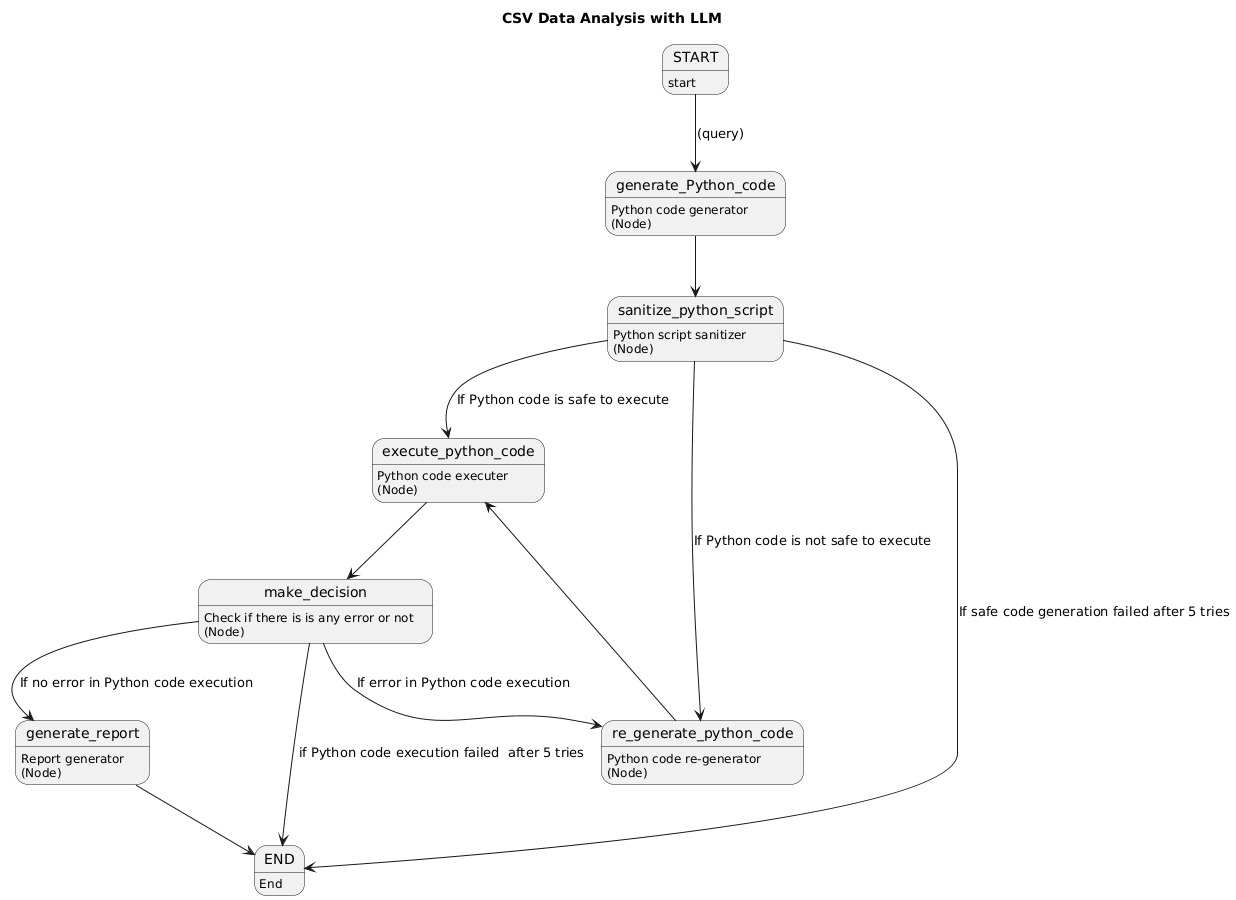
This is Workflow.png from chidichekwas/streamlit_app, a PlantUML export, as it was before one commit.
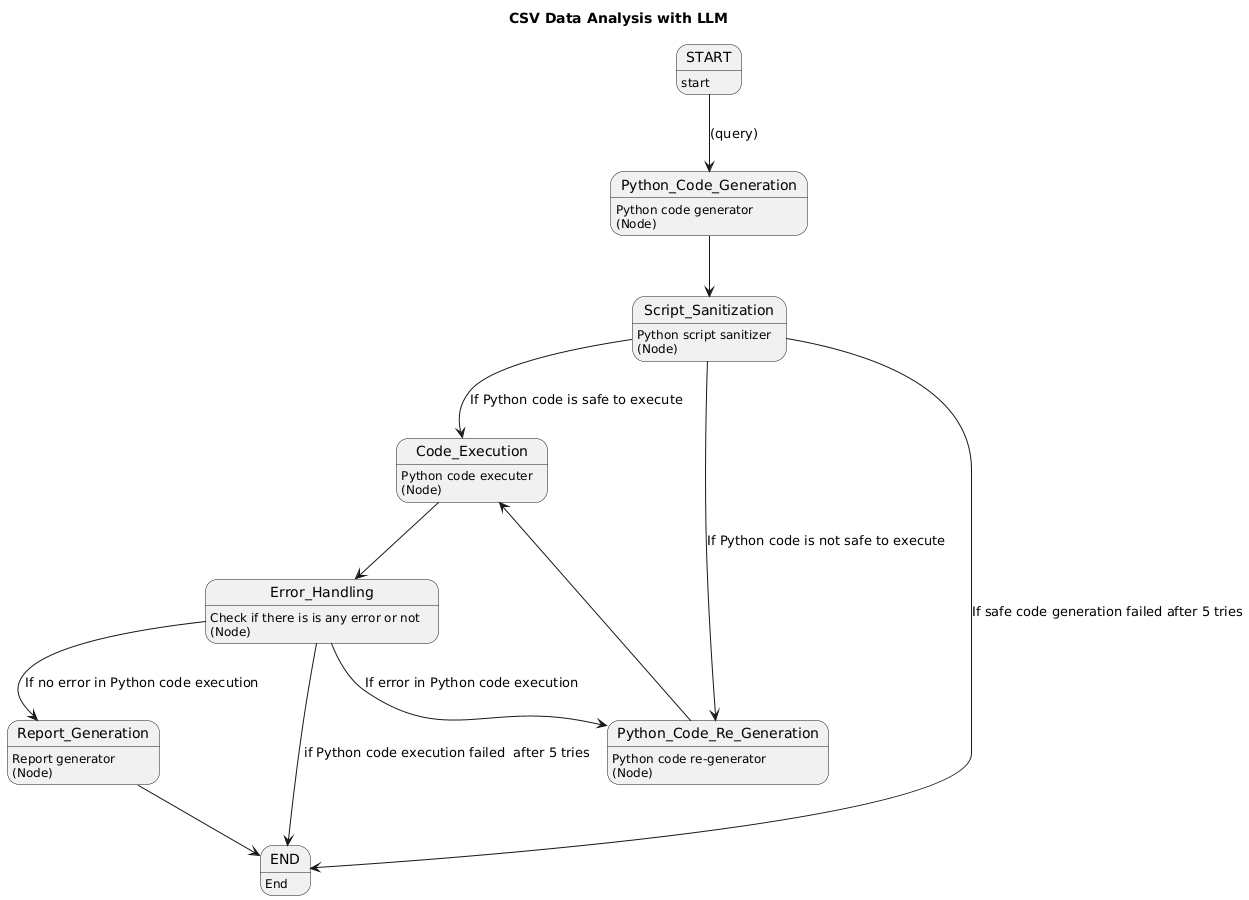
The same diagram one commit later.

Commit message:
workflow plantuml has been updated.

Change to the diagram source:
```diff
@@ -5,28 +5,28 @@
     !define DiamondNode(x) class x << (D,#ADD1B2) >>
 
     START: start
-    generate_Python_code : Python code generator\n(Node)
-    sanitize_python_script: Python script sanitizer\n(Node)
-    execute_python_code: Python code executer\n(Node)
-    re_generate_python_code : Python code re-generator\n(Node)
-    make_decision : Check if there is is any error or not \n(Node)
-    generate_report : Report generator\n(Node)
+    Python_Code_Generation : Python code generator\n(Node)
+    Script_Sanitization : Python script sanitizer\n(Node)
+    Code_Execution : Python code executer\n(Node)
+    Python_Code_Re_Generation : Python code re-generator\n(Node)
+    Error_Handling : Check if there is is any error or not \n(Node)
+    Report_Generation : Report generator\n(Node)
 
     END: End
 
 
-    START --> generate_Python_code: (query)
-    generate_Python_code --> sanitize_python_script
+    START --> Python_Code_Generation: (query)
+    Python_Code_Generation --> Script_Sanitization
 
-    sanitize_python_script --> execute_python_code: If Python code is safe to execute
-    sanitize_python_script --> re_generate_python_code: If Python code is not safe to execute
-    sanitize_python_script --> END: If safe code generation failed after 5 tries
+    Script_Sanitization--> Code_Execution: If Python code is safe to execute
+    Script_Sanitization--> Python_Code_Re_Generation : If Python code is not safe to execute
+    Script_Sanitization--> END: If safe code generation failed after 5 tries
 
-    execute_python_code --> make_decision
-    make_decision --> generate_report: If no error in Python code execution
-    make_decision --> re_generate_python_code: If error in Python code execution
-    make_decision --> END: if Python code execution failed  after 5 tries
+    Code_Execution --> Error_Handling
+    Error_Handling --> Report_Generation : If no error in Python code execution
+    Error_Handling --> Python_Code_Re_Generation : If error in Python code execution
+    Error_Handling --> END: if Python code execution failed  after 5 tries
 
-    re_generate_python_code --> execute_python_code
-    generate_report --> END
+    Python_Code_Re_Generation --> Code_Execution
+    Report_Generation --> END
 @enduml
```
